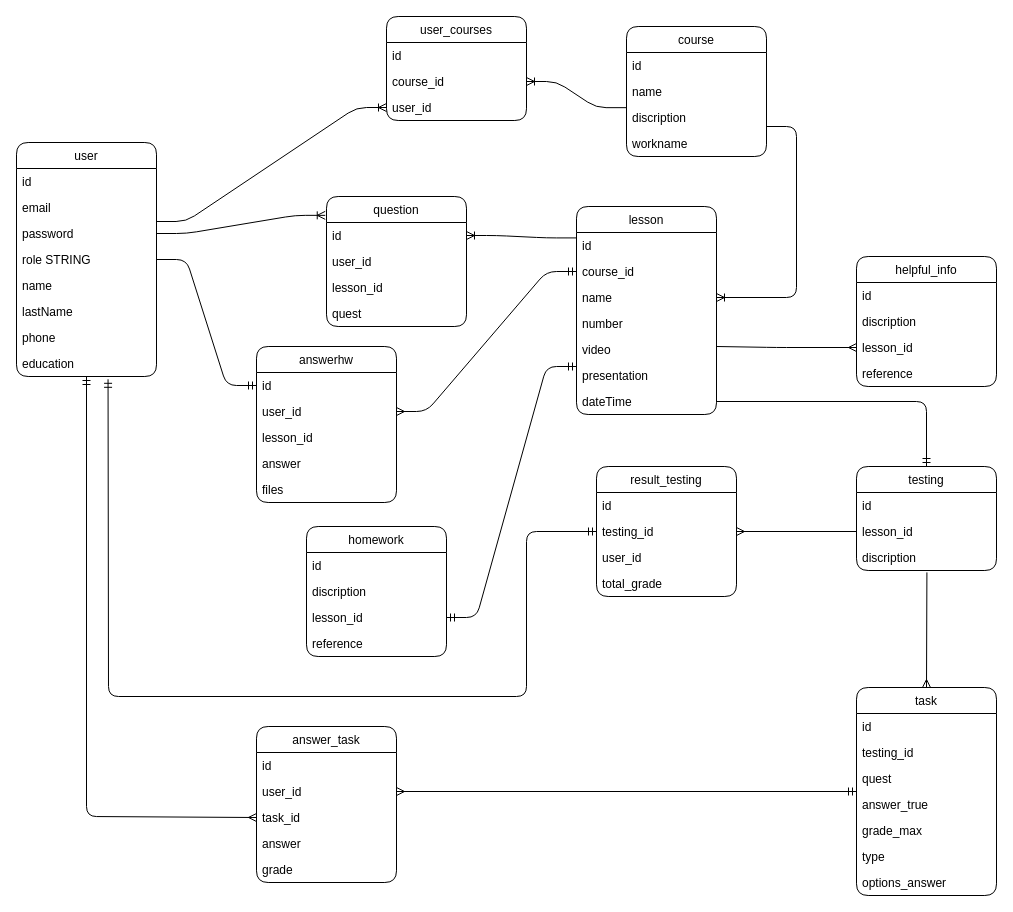
Earlier version of the draw.io diagram DatabaseDrawModel.drawio (blumkvist1/NewSoftTwo). Source tidied: cells renumbered, new cells numbered last; positions are measured from the earlier drawing's top-left corner, leaving out a move shared by most shapes. Both pictures are drawn from the tidied source at 100%, with x=0, y=0 at pixel (16, 16).
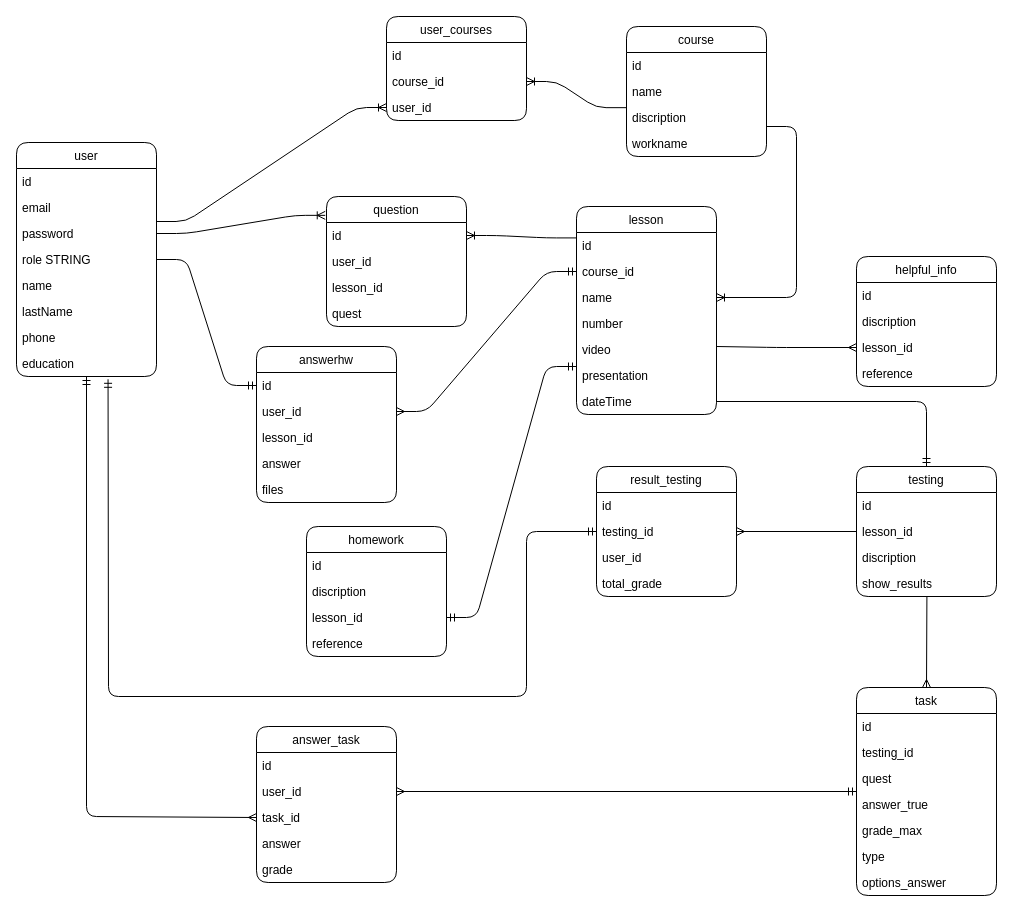
The same page after the edit.

Commit message (it also covers changes not shown here):
edit database model and drawModel create new endpoint for testing

Unchanged cells that the change refers to:
```xml
<mxCell id="65" value="discription" style="text;strokeColor=none;fillColor=none;align=left;verticalAlign=top;spacingLeft=4;spacingRight=4;overflow=hidden;points=[[0,0.5],[1,0.5]];portConstraint=eastwest;rounded=1;" parent="62" vertex="1">
  <mxGeometry y="78" width="140" height="26" as="geometry" />
</mxCell>
<mxCell id="67" value="task" style="swimlane;fontStyle=0;horizontal=1;startSize=26;fillColor=none;rounded=1;" parent="1" vertex="1">
  <mxGeometry x="840" y="671" width="140" height="208" as="geometry" />
</mxCell>
```

Diff of the diagram source:
```diff
@@
-    <mxCell id="61" style="edgeStyle=none;html=1;entryX=0.5;entryY=0;entryDx=0;entryDy=0;endArrow=ERmany;endFill=0;startArrow=none;exitX=0.503;exitY=1.074;exitDx=0;exitDy=0;exitPerimeter=0;" parent="1" edge="1" source="65" target="67">
+    <mxCell id="61" style="edgeStyle=none;html=1;entryX=0.5;entryY=0;entryDx=0;entryDy=0;endArrow=ERmany;endFill=0;startArrow=none;exitX=0.503;exitY=0.987;exitDx=0;exitDy=0;exitPerimeter=0;" parent="1" edge="1" source="87" target="67">
       <mxGeometry relative="1" as="geometry" />
     </mxCell>
     <mxCell id="62" value="testing" style="swimlane;fontStyle=0;horizontal=1;startSize=26;fillColor=none;rounded=1;" parent="1" vertex="1">
-      <mxGeometry x="840" y="450" width="140" height="104" as="geometry" />
+      <mxGeometry x="840" y="450" width="140" height="130" as="geometry" />
     </mxCell>
@@
+    <mxCell id="87" value="show_results" style="text;strokeColor=none;fillColor=none;align=left;verticalAlign=top;spacingLeft=4;spacingRight=4;overflow=hidden;points=[[0,0.5],[1,0.5]];portConstraint=eastwest;rounded=1;" parent="62" vertex="1">
+      <mxGeometry y="104" width="140" height="26" as="geometry" />
+    </mxCell>
```
